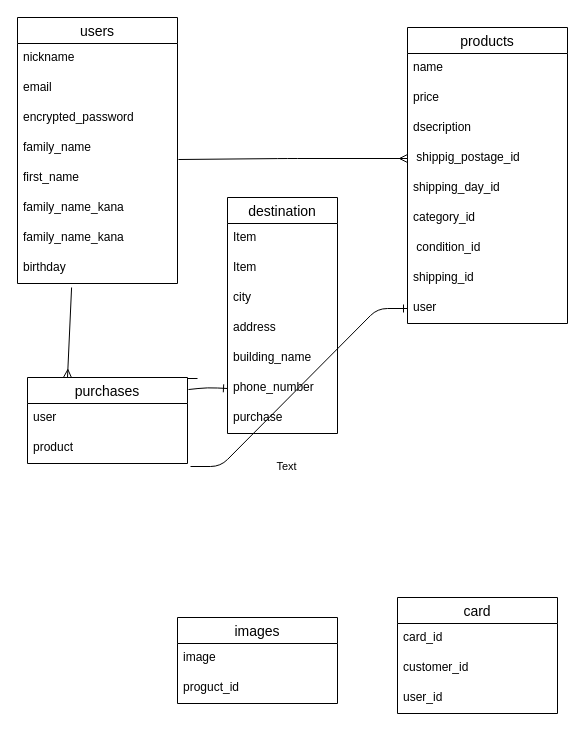
This is furima.dio from reicooooo/furima-37713, a draw.io file, before an edit. Source tidied: cells renumbered, new cells numbered last; positions are measured from the earlier drawing's top-left corner, leaving out a move shared by most shapes. Both pictures are drawn from the tidied source at 100%, with x=0, y=0 at pixel (17, 17).
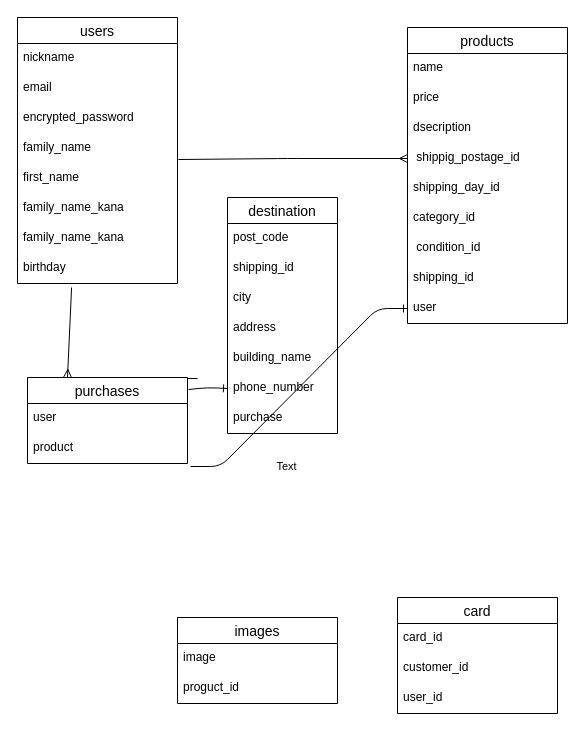
The same diagram, later.

The change refers to these unchanged cells:
```xml
<mxCell id="22" value="destination" style="swimlane;fontStyle=0;horizontal=1;startSize=26;align=center;fontSize=14;" parent="1" vertex="1">
  <mxGeometry x="210" y="180" width="110" height="236" as="geometry" />
</mxCell>
```

Change to the diagram source:
```diff
@@
-    <mxCell id="23" value="Item" style="text;strokeColor=none;fillColor=none;spacingLeft=4;spacingRight=4;overflow=hidden;fontSize=12;" parent="22" vertex="1">
+    <mxCell id="23" value="post_code" style="text;strokeColor=none;fillColor=none;spacingLeft=4;spacingRight=4;overflow=hidden;fontSize=12;" parent="22" vertex="1">
       <mxGeometry y="26" width="110" height="30" as="geometry" />
     </mxCell>
-    <mxCell id="24" value="Item" style="text;strokeColor=none;fillColor=none;spacingLeft=4;spacingRight=4;overflow=hidden;fontSize=12;" parent="22" vertex="1">
+    <mxCell id="24" value="shipping_id" style="text;strokeColor=none;fillColor=none;spacingLeft=4;spacingRight=4;overflow=hidden;fontSize=12;" parent="22" vertex="1">
       <mxGeometry y="56" width="110" height="30" as="geometry" />
     </mxCell>
```
